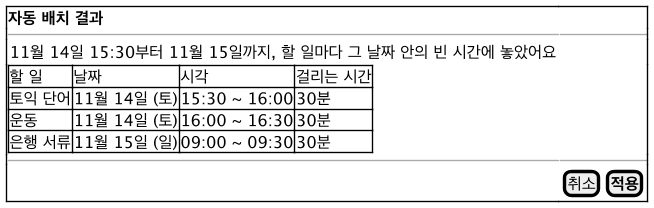
Earlier version of the PlantUML export docs/diagrams/ui-autoplace.png (2026-2-software-system-design-11/planning-pet-app).
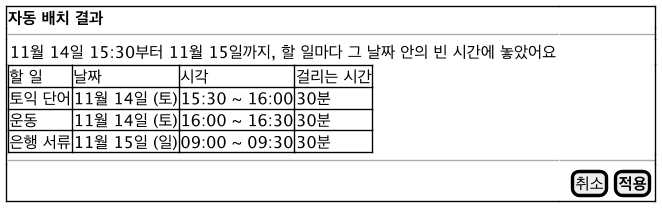
After the change.

Change to the diagram source:
```diff
@@ -11,6 +11,6 @@
     은행 서류 | 11월 15일 (일) | 09:00 ~ 09:30 | 30분
   }
   --|--
-  . | { [취소] | [<b>적용</b>] }
+  . | { . | [취소] | [<b>적용</b>] }
 }
 @endsalt
```
